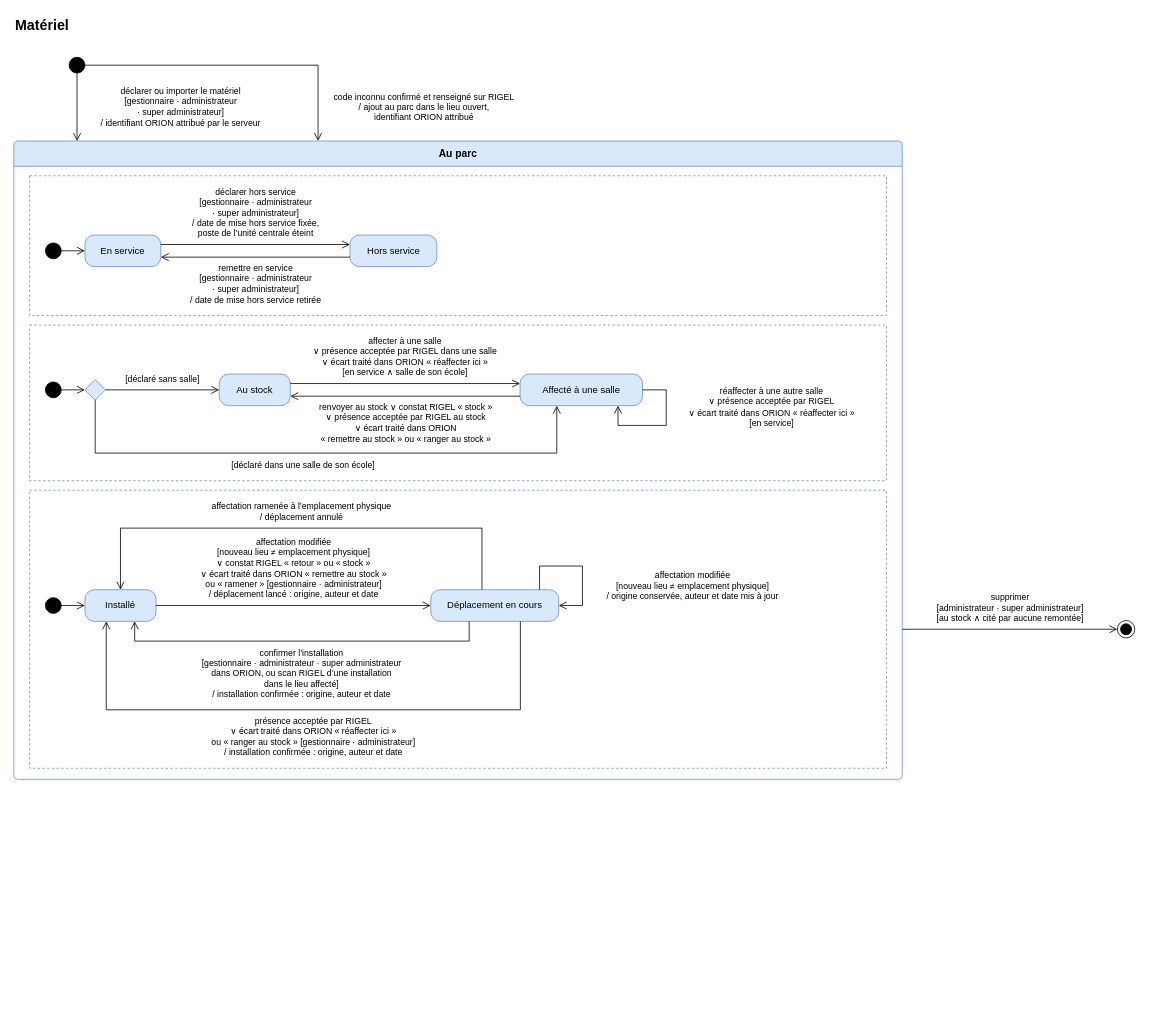
Earlier version of the draw.io diagram page "Matériel" (3 of 4) of docs/02-ANALYSE/03-ANALYSE/01-DIAGRAMMES-ETATS.drawio (bpierrelouis/aster). Source tidied: cells renumbered, new cells numbered last; positions are measured from the earlier drawing's top-left corner, leaving out a move shared by most shapes. Both pictures are drawn from the tidied source at 79%, with x=0, y=0 at pixel (13, 13).
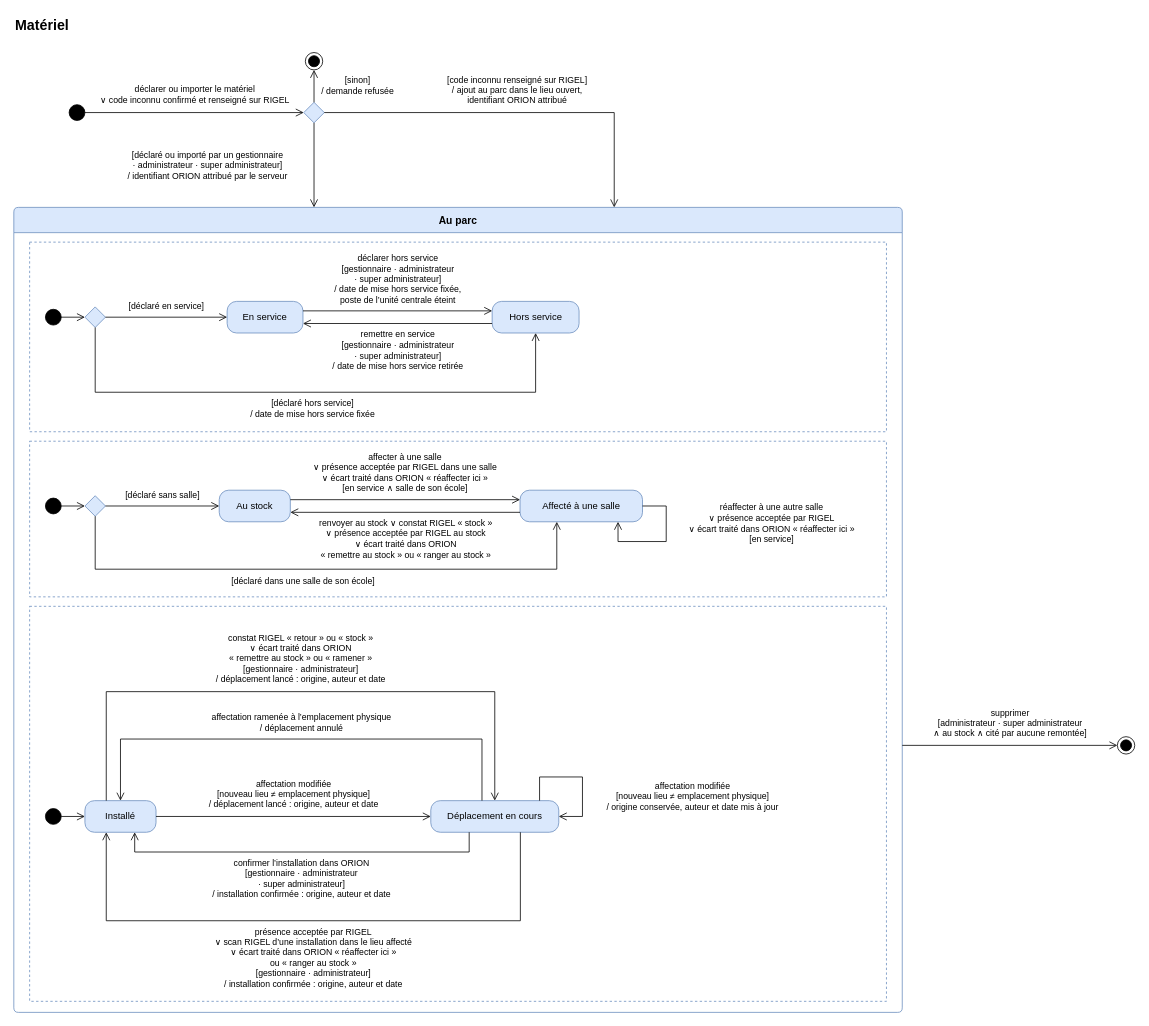
After the change.

Unchanged cells that the change refers to:
```xml
<mxCell id="8" style="ellipse;html=1;fillColor=#000000;strokeColor=#000000;fontSize=11;" parent="5" vertex="1">
  <mxGeometry x="20" y="85" width="20" height="20" as="geometry" />
</mxCell>
<mxCell id="12" style="rhombus;html=1;fillColor=#dae8fc;strokeColor=#6c8ebf;" parent="6" vertex="1">
  <mxGeometry x="70" y="69" width="26" height="26" as="geometry" />
</mxCell>
<mxCell id="14" value="Affecté à une salle" style="rounded=1;arcSize=30;whiteSpace=wrap;html=1;fontSize=12;fillColor=#dae8fc;strokeColor=#6c8ebf;" parent="6" vertex="1">
  <mxGeometry x="620.8" y="62" width="155" height="40" as="geometry" />
</mxCell>
```

The edit, as a diff of the source:
```diff
@@
     <mxCell id="3" style="ellipse;html=1;fillColor=#000000;strokeColor=#000000;fontSize=11;" parent="1" vertex="1">
-      <mxGeometry x="70" y="55" width="20" height="20" as="geometry" />
+      <mxGeometry x="70" y="115" width="20" height="20" as="geometry" />
     </mxCell>
+    <mxCell id="37" style="rhombus;html=1;fillColor=#dae8fc;strokeColor=#6c8ebf;" parent="1" vertex="1">
+      <mxGeometry x="367" y="112" width="26" height="26" as="geometry" />
+    </mxCell>
+    <mxCell id="38" style="ellipse;html=1;shape=endState;fillColor=#000000;strokeColor=#000000;fontSize=11;" parent="1" vertex="1">
+      <mxGeometry x="369" y="49" width="22" height="22" as="geometry" />
+    </mxCell>
     <mxCell id="4" value="Au parc" style="swimlane;html=1;rounded=1;arcSize=6;startSize=32;fontSize=13;fontStyle=1;fillColor=#dae8fc;strokeColor=#6c8ebf;swimlaneFillColor=#ffffff;" parent="1" vertex="1">
-      <mxGeometry y="161" width="1124.6" height="808" as="geometry" />
+      <mxGeometry y="245" width="1124.6" height="1019" as="geometry" />
     </mxCell>
     <mxCell id="5" style="rounded=0;whiteSpace=wrap;html=1;fillColor=none;dashed=1;strokeColor=#6c8ebf;" parent="4" vertex="1">
-      <mxGeometry x="20" y="44" width="1084.6" height="177" as="geometry" />
+      <mxGeometry x="20" y="44" width="1084.6" height="240" as="geometry" />
     </mxCell>
     <mxCell id="6" style="rounded=0;whiteSpace=wrap;html=1;fillColor=none;dashed=1;strokeColor=#6c8ebf;" parent="4" vertex="1">
-      <mxGeometry x="20" y="233" width="1084.6" height="197" as="geometry" />
+      <mxGeometry x="20" y="296" width="1084.6" height="197" as="geometry" />
     </mxCell>
     <mxCell id="7" style="rounded=0;whiteSpace=wrap;html=1;fillColor=none;dashed=1;strokeColor=#6c8ebf;" parent="4" vertex="1">
-      <mxGeometry x="20" y="442" width="1084.6" height="352" as="geometry" />
+      <mxGeometry x="20" y="505" width="1084.6" height="500" as="geometry" />
     </mxCell>
@@
+    <mxCell id="39" style="rhombus;html=1;fillColor=#dae8fc;strokeColor=#6c8ebf;" parent="5" vertex="1">
+      <mxGeometry x="70" y="82" width="26" height="26" as="geometry" />
+    </mxCell>
     <mxCell id="9" value="En service" style="rounded=1;arcSize=30;whiteSpace=wrap;html=1;fontSize=12;fillColor=#dae8fc;strokeColor=#6c8ebf;" parent="5" vertex="1">
-      <mxGeometry x="70" y="75" width="96" height="40" as="geometry" />
+      <mxGeometry x="250" y="75" width="96" height="40" as="geometry" />
     </mxCell>
     <mxCell id="10" value="Hors service" style="rounded=1;arcSize=30;whiteSpace=wrap;html=1;fontSize=12;fillColor=#dae8fc;strokeColor=#6c8ebf;" parent="5" vertex="1">
-      <mxGeometry x="405.5" y="75" width="110" height="40" as="geometry" />
+      <mxGeometry x="585.5" y="75" width="110" height="40" as="geometry" />
     </mxCell>
@@
     <mxCell id="15" style="ellipse;html=1;fillColor=#000000;strokeColor=#000000;fontSize=11;" parent="7" vertex="1">
-      <mxGeometry x="20" y="136" width="20" height="20" as="geometry" />
+      <mxGeometry x="20" y="256" width="20" height="20" as="geometry" />
     </mxCell>
     <mxCell id="16" value="Installé" style="rounded=1;arcSize=30;whiteSpace=wrap;html=1;fontSize=12;fillColor=#dae8fc;strokeColor=#6c8ebf;" parent="7" vertex="1">
-      <mxGeometry x="70" y="126" width="90" height="40" as="geometry" />
+      <mxGeometry x="70" y="246" width="90" height="40" as="geometry" />
     </mxCell>
     <mxCell id="17" value="Déplacement en cours" style="rounded=1;arcSize=30;whiteSpace=wrap;html=1;fontSize=12;fillColor=#dae8fc;strokeColor=#6c8ebf;" parent="7" vertex="1">
-      <mxGeometry x="507.8" y="126" width="162" height="40" as="geometry" />
+      <mxGeometry x="507.8" y="246" width="162" height="40" as="geometry" />
     </mxCell>
     <mxCell id="18" style="ellipse;html=1;shape=endState;fillColor=#000000;strokeColor=#000000;fontSize=11;" parent="1" vertex="1">
-      <mxGeometry x="1396.9" y="768" width="22" height="22" as="geometry" />
+      <mxGeometry x="1396.9" y="915" width="22" height="22" as="geometry" />
     </mxCell>
-    <mxCell id="19" value="déclarer ou importer le matériel&lt;br&gt;[gestionnaire · administrateur&lt;br&gt;· super administrateur]&lt;br&gt;/ identifiant ORION attribué par le serveur" style="edgeStyle=orthogonalEdgeStyle;endArrow=open;endSize=8;html=1;rounded=0;fontSize=11;labelBackgroundColor=#ffffff;jumpStyle=arc;jumpSize=10;exitX=0.5;exitY=1;exitDx=0;exitDy=0;entryX=0.07113640405477503;entryY=0;entryDx=0;entryDy=0;" parent="1" edge="1" source="3" target="4">
+    <mxCell id="19" value="déclarer ou importer le matériel&lt;br&gt;∨ code inconnu confirmé et renseigné sur RIGEL" style="edgeStyle=orthogonalEdgeStyle;endArrow=open;endSize=8;html=1;rounded=0;fontSize=11;labelBackgroundColor=#ffffff;jumpStyle=arc;jumpSize=10;exitX=1;exitY=0.5;exitDx=0;exitDy=0;entryX=0;entryY=0.5;entryDx=0;entryDy=0;" parent="1" edge="1" source="3" target="37">
       <mxGeometry relative="1" as="geometry">
-        <mxPoint x="130.6" as="offset" />
+        <mxPoint y="-22" as="offset" />
       </mxGeometry>
     </mxCell>
+    <mxCell id="40" value="[déclaré ou importé par un gestionnaire&lt;br&gt;· administrateur · super administrateur]&lt;br&gt;/ identifiant ORION attribué par le serveur" style="edgeStyle=orthogonalEdgeStyle;endArrow=open;endSize=8;html=1;rounded=0;fontSize=11;labelBackgroundColor=#ffffff;jumpStyle=arc;jumpSize=10;exitX=0.5;exitY=1;exitDx=0;exitDy=0;entryX=0.3379;entryY=0;entryDx=0;entryDy=0;" parent="1" edge="1" source="37" target="4">
+      <mxGeometry relative="1" as="geometry">
+        <mxPoint x="-135" as="offset" />
+      </mxGeometry>
+    </mxCell>
+    <mxCell id="41" value="[sinon]&lt;br&gt;/ demande refusée" style="edgeStyle=orthogonalEdgeStyle;endArrow=open;endSize=8;html=1;rounded=0;fontSize=11;labelBackgroundColor=#ffffff;jumpStyle=arc;jumpSize=10;exitX=0.5;exitY=0;exitDx=0;exitDy=0;entryX=0.5;entryY=1;entryDx=0;entryDy=0;" parent="1" edge="1" source="37" target="38">
+      <mxGeometry relative="1" as="geometry">
+        <mxPoint x="55" as="offset" />
+      </mxGeometry>
+    </mxCell>
-    <mxCell id="20" value="code inconnu confirmé et renseigné sur RIGEL&lt;br&gt;/ ajout au parc dans le lieu ouvert,&lt;br&gt;identifiant ORION attribué" style="edgeStyle=orthogonalEdgeStyle;endArrow=open;endSize=8;html=1;rounded=0;fontSize=11;labelBackgroundColor=#ffffff;jumpStyle=arc;jumpSize=10;exitX=1;exitY=0.5;exitDx=0;exitDy=0;entryX=0.34243286501867337;entryY=0;entryDx=0;entryDy=0;" parent="1" edge="1" source="3" target="4">
+    <mxCell id="20" value="[code inconnu renseigné sur RIGEL]&lt;br&gt;/ ajout au parc dans le lieu ouvert,&lt;br&gt;identifiant ORION attribué" style="edgeStyle=orthogonalEdgeStyle;endArrow=open;endSize=8;html=1;rounded=0;fontSize=11;labelBackgroundColor=#ffffff;jumpStyle=arc;jumpSize=10;exitX=1;exitY=0.5;exitDx=0;exitDy=0;entryX=0.6758;entryY=0;entryDx=0;entryDy=0;" parent="1" edge="1" source="37" target="4">
       <mxGeometry relative="1" as="geometry">
         <Array as="points">
-          <mxPoint x="385.1" y="65" />
+          <mxPoint x="760" y="125" />
         </Array>
-        <mxPoint x="232.9" y="53" as="offset" />
+        <mxPoint y="-28" as="offset" />
       </mxGeometry>
     </mxCell>
-    <mxCell id="21" value="supprimer&lt;br&gt;[administrateur · super administrateur]&lt;br&gt;[au stock ∧ cité par aucune remontée]" style="edgeStyle=orthogonalEdgeStyle;endArrow=open;endSize=8;html=1;rounded=0;fontSize=11;labelBackgroundColor=#ffffff;jumpStyle=arc;jumpSize=10;exitX=1;exitY=0.7648514851485149;exitDx=0;exitDy=0;entryX=0;entryY=0.5;entryDx=0;entryDy=0;" parent="1" edge="1" source="4" target="18">
+    <mxCell id="21" value="supprimer&lt;br&gt;[administrateur · super administrateur&lt;br&gt;∧ au stock ∧ cité par aucune remontée]" style="edgeStyle=orthogonalEdgeStyle;endArrow=open;endSize=8;html=1;rounded=0;fontSize=11;labelBackgroundColor=#ffffff;jumpStyle=arc;jumpSize=10;exitX=1;exitY=0.6683;exitDx=0;exitDy=0;entryX=0;entryY=0.5;entryDx=0;entryDy=0;" parent="1" edge="1" source="4" target="18">
       <mxGeometry relative="1" as="geometry">
         <mxPoint y="-27.5" as="offset" />
       </mxGeometry>
     </mxCell>
-    <mxCell id="22" style="edgeStyle=orthogonalEdgeStyle;endArrow=open;endSize=8;html=1;rounded=0;fontSize=11;labelBackgroundColor=#ffffff;jumpStyle=arc;jumpSize=10;exitX=1;exitY=0.5;exitDx=0;exitDy=0;entryX=0;entryY=0.5;entryDx=0;entryDy=0;" parent="1" edge="1" source="8" target="9">
+    <mxCell id="22" style="edgeStyle=orthogonalEdgeStyle;endArrow=open;endSize=8;html=1;rounded=0;fontSize=11;labelBackgroundColor=#ffffff;jumpStyle=arc;jumpSize=10;exitX=1;exitY=0.5;exitDx=0;exitDy=0;entryX=0;entryY=0.5;entryDx=0;entryDy=0;" parent="1" edge="1" source="8" target="39">
       <mxGeometry relative="1" as="geometry" />
     </mxCell>
+    <mxCell id="42" value="[déclaré en service]" style="edgeStyle=orthogonalEdgeStyle;endArrow=open;endSize=8;html=1;rounded=0;fontSize=11;labelBackgroundColor=#ffffff;jumpStyle=arc;jumpSize=10;exitX=1;exitY=0.5;exitDx=0;exitDy=0;entryX=0;entryY=0.5;entryDx=0;entryDy=0;" parent="1" edge="1" source="39" target="9">
+      <mxGeometry relative="1" as="geometry">
+        <mxPoint y="-14.5" as="offset" />
+      </mxGeometry>
+    </mxCell>
+    <mxCell id="43" value="[déclaré hors service]&lt;br&gt;/ date de mise hors service fixée" style="edgeStyle=orthogonalEdgeStyle;endArrow=open;endSize=8;html=1;rounded=0;fontSize=11;labelBackgroundColor=#ffffff;jumpStyle=arc;jumpSize=10;exitX=0.5;exitY=1;exitDx=0;exitDy=0;entryX=0.5;entryY=1;entryDx=0;entryDy=0;" parent="1" edge="1" source="39" target="10">
+      <mxGeometry relative="1" as="geometry">
+        <Array as="points">
+          <mxPoint x="103" y="479" />
+          <mxPoint x="660.5" y="479" />
+        </Array>
+        <mxPoint y="21" as="offset" />
+      </mxGeometry>
+    </mxCell>
@@
     <mxCell id="27" value="[déclaré dans une salle de son école]" style="edgeStyle=orthogonalEdgeStyle;endArrow=open;endSize=8;html=1;rounded=0;fontSize=11;labelBackgroundColor=#ffffff;jumpStyle=arc;jumpSize=10;exitX=0.5;exitY=1;exitDx=0;exitDy=0;entryX=0.3;entryY=1;entryDx=0;entryDy=0;" parent="1" edge="1" source="12" target="14">
       <mxGeometry relative="1" as="geometry">
         <Array as="points">
-          <mxPoint x="103" y="556" />
-          <mxPoint x="687.3" y="556" />
+          <mxPoint x="103" y="703" />
+          <mxPoint x="687.3" y="703" />
         </Array>
         <mxPoint x="-26.2" y="14.5" as="offset" />
       </mxGeometry>
     </mxCell>
@@
     <mxCell id="29" value="réaffecter à une autre salle&lt;br&gt;∨ présence acceptée par RIGEL&lt;br&gt;∨ écart traité dans ORION « réaffecter ici »&lt;br&gt;[en service]" style="edgeStyle=orthogonalEdgeStyle;endArrow=open;endSize=8;html=1;rounded=0;fontSize=11;labelBackgroundColor=#ffffff;jumpStyle=arc;jumpSize=10;exitX=1;exitY=0.5;exitDx=0;exitDy=0;entryX=0.8;entryY=1;entryDx=0;entryDy=0;" parent="1" edge="1" source="14" target="14">
       <mxGeometry relative="1" as="geometry">
         <Array as="points">
-          <mxPoint x="825.8" y="476" />
-          <mxPoint x="825.8" y="521" />
-          <mxPoint x="764.8" y="521" />
+          <mxPoint x="825.8" y="623" />
+          <mxPoint x="825.8" y="668" />
+          <mxPoint x="764.8" y="668" />
         </Array>
         <mxPoint x="138.9" y="-23" as="offset" />
       </mxGeometry>
     </mxCell>
@@
-    <mxCell id="32" value="affectation modifiée&lt;br&gt;[nouveau lieu ≠ emplacement physique]&lt;br&gt;∨ constat RIGEL « retour » ou « stock »&lt;br&gt;∨ écart traité dans ORION « remettre au stock »&lt;br&gt;ou « ramener » [gestionnaire · administrateur]&lt;br&gt;/ déplacement lancé : origine, auteur et date" style="edgeStyle=orthogonalEdgeStyle;endArrow=open;endSize=8;html=1;rounded=0;fontSize=11;labelBackgroundColor=#ffffff;jumpStyle=arc;jumpSize=10;exitX=1;exitY=0.5;exitDx=0;exitDy=0;entryX=0;entryY=0.5;entryDx=0;entryDy=0;" parent="1" edge="1" source="16" target="17">
+    <mxCell id="32" value="affectation modifiée&lt;br&gt;[nouveau lieu ≠ emplacement physique]&lt;br&gt;/ déplacement lancé : origine, auteur et date" style="edgeStyle=orthogonalEdgeStyle;endArrow=open;endSize=8;html=1;rounded=0;fontSize=11;labelBackgroundColor=#ffffff;jumpStyle=arc;jumpSize=10;exitX=1;exitY=0.5;exitDx=0;exitDy=0;entryX=0;entryY=0.5;entryDx=0;entryDy=0;" parent="1" edge="1" source="16" target="17">
       <mxGeometry relative="1" as="geometry">
-        <mxPoint y="-47" as="offset" />
+        <mxPoint y="-28" as="offset" />
       </mxGeometry>
     </mxCell>
+    <mxCell id="44" value="constat RIGEL « retour » ou « stock »&lt;br&gt;∨ écart traité dans ORION&lt;br&gt;« remettre au stock » ou « ramener »&lt;br&gt;[gestionnaire · administrateur]&lt;br&gt;/ déplacement lancé : origine, auteur et date" style="edgeStyle=orthogonalEdgeStyle;endArrow=open;endSize=8;html=1;rounded=0;fontSize=11;labelBackgroundColor=#ffffff;jumpStyle=arc;jumpSize=10;exitX=0.3;exitY=0;exitDx=0;exitDy=0;entryX=0.5;entryY=0;entryDx=0;entryDy=0;" parent="1" edge="1" source="16" target="17">
+      <mxGeometry relative="1" as="geometry">
+        <Array as="points">
+          <mxPoint x="117" y="858" />
+          <mxPoint x="608.8" y="858" />
+        </Array>
+        <mxPoint y="-42" as="offset" />
+      </mxGeometry>
+    </mxCell>
     <mxCell id="33" value="affectation modifiée&lt;br&gt;[nouveau lieu ≠ emplacement physique]&lt;br&gt;/ origine conservée, auteur et date mis à jour" style="edgeStyle=orthogonalEdgeStyle;endArrow=open;endSize=8;html=1;rounded=0;fontSize=11;labelBackgroundColor=#ffffff;jumpStyle=arc;jumpSize=10;exitX=0.85;exitY=0;exitDx=0;exitDy=0;entryX=1;entryY=0.5;entryDx=0;entryDy=0;" parent="1" edge="1" source="17" target="17">
       <mxGeometry relative="1" as="geometry">
         <Array as="points">
-          <mxPoint x="665.5" y="699" />
-          <mxPoint x="719.8" y="699" />
-          <mxPoint x="719.8" y="749" />
+          <mxPoint x="665.5" y="966" />
+          <mxPoint x="719.8" y="966" />
+          <mxPoint x="719.8" y="1016" />
         </Array>
         <mxPoint x="141.2" y="25" as="offset" />
       </mxGeometry>
     </mxCell>
     <mxCell id="34" value="affectation ramenée à l’emplacement physique&lt;br&gt;/ déplacement annulé" style="edgeStyle=orthogonalEdgeStyle;endArrow=open;endSize=8;html=1;rounded=0;fontSize=11;labelBackgroundColor=#ffffff;jumpStyle=arc;jumpSize=10;exitX=0.4;exitY=0;exitDx=0;exitDy=0;entryX=0.5;entryY=0;entryDx=0;entryDy=0;" parent="1" edge="1" source="17" target="16">
       <mxGeometry relative="1" as="geometry">
         <Array as="points">
-          <mxPoint x="592.6" y="651" />
-          <mxPoint x="135" y="651" />
+          <mxPoint x="592.6" y="918" />
+          <mxPoint x="135" y="918" />
         </Array>
         <mxPoint y="-21" as="offset" />
       </mxGeometry>
     </mxCell>
-    <mxCell id="35" value="confirmer l’installation&lt;br&gt;[gestionnaire · administrateur · super administrateur&lt;br&gt;dans ORION, ou scan RIGEL d’une installation&lt;br&gt;dans le lieu affecté]&lt;br&gt;/ installation confirmée : origine, auteur et date" style="edgeStyle=orthogonalEdgeStyle;endArrow=open;endSize=8;html=1;rounded=0;fontSize=11;labelBackgroundColor=#ffffff;jumpStyle=arc;jumpSize=10;exitX=0.3;exitY=1;exitDx=0;exitDy=0;entryX=0.7;entryY=1;entryDx=0;entryDy=0;" parent="1" edge="1" source="17" target="16">
+    <mxCell id="35" value="confirmer l’installation dans ORION&lt;br&gt;[gestionnaire · administrateur&lt;br&gt;· super administrateur]&lt;br&gt;/ installation confirmée : origine, auteur et date" style="edgeStyle=orthogonalEdgeStyle;endArrow=open;endSize=8;html=1;rounded=0;fontSize=11;labelBackgroundColor=#ffffff;jumpStyle=arc;jumpSize=10;exitX=0.3;exitY=1;exitDx=0;exitDy=0;entryX=0.7;entryY=1;entryDx=0;entryDy=0;" parent="1" edge="1" source="17" target="16">
       <mxGeometry relative="1" as="geometry">
         <Array as="points">
-          <mxPoint x="576.4" y="794" />
-          <mxPoint x="153" y="794" />
+          <mxPoint x="576.4" y="1061" />
+          <mxPoint x="153" y="1061" />
         </Array>
-        <mxPoint y="40.5" as="offset" />
+        <mxPoint y="34" as="offset" />
       </mxGeometry>
     </mxCell>
-    <mxCell id="36" value="présence acceptée par RIGEL&lt;br&gt;∨ écart traité dans ORION « réaffecter ici »&lt;br&gt;ou « ranger au stock » [gestionnaire · administrateur]&lt;br&gt;/ installation confirmée : origine, auteur et date" style="edgeStyle=orthogonalEdgeStyle;endArrow=open;endSize=8;html=1;rounded=0;fontSize=11;labelBackgroundColor=#ffffff;jumpStyle=arc;jumpSize=10;exitX=0.7;exitY=1;exitDx=0;exitDy=0;entryX=0.3;entryY=1;entryDx=0;entryDy=0;" parent="1" edge="1" source="17" target="16">
+    <mxCell id="36" value="présence acceptée par RIGEL&lt;br&gt;∨ scan RIGEL d’une installation dans le lieu affecté&lt;br&gt;∨ écart traité dans ORION « réaffecter ici »&lt;br&gt;ou « ranger au stock »&lt;br&gt;[gestionnaire · administrateur]&lt;br&gt;/ installation confirmée : origine, auteur et date" style="edgeStyle=orthogonalEdgeStyle;endArrow=open;endSize=8;html=1;rounded=0;fontSize=11;labelBackgroundColor=#ffffff;jumpStyle=arc;jumpSize=10;exitX=0.7;exitY=1;exitDx=0;exitDy=0;entryX=0.3;entryY=1;entryDx=0;entryDy=0;" parent="1" edge="1" source="17" target="16">
       <mxGeometry relative="1" as="geometry">
         <Array as="points">
-          <mxPoint x="641.2" y="881" />
-          <mxPoint x="117" y="881" />
+          <mxPoint x="641.2" y="1148" />
+          <mxPoint x="117" y="1148" />
         </Array>
-        <mxPoint y="34" as="offset" />
+        <mxPoint y="47" as="offset" />
       </mxGeometry>
     </mxCell>
```
